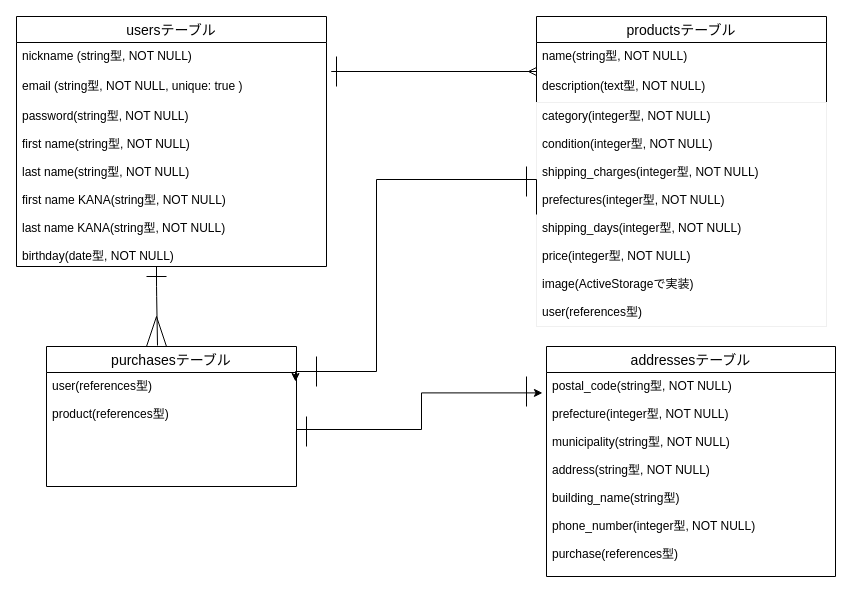
Before: test.dio in akaohiroki/furima-30204, a draw.io diagram. Source tidied: cells renumbered, new cells numbered last; positions are measured from the earlier drawing's top-left corner, leaving out a move shared by most shapes. Both pictures are drawn from the tidied source at 100%, with x=0, y=0 at pixel (16, 16).
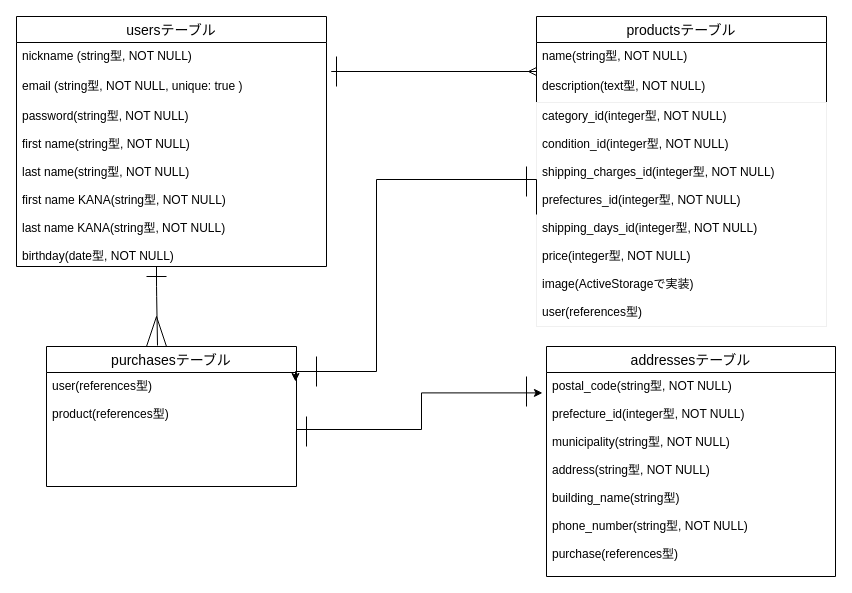
Above is the later version.

Commit message:
README, ER図の作成(修正3 追加)

Unchanged cells that the change refers to:
```xml
<mxCell id="6" value="productsテーブル" style="swimlane;fontStyle=0;horizontal=1;startSize=26;align=center;fontSize=14;" parent="1" vertex="1">
  <mxGeometry x="520" width="290" height="310" as="geometry" />
</mxCell>
<mxCell id="12" value="addressesテーブル" style="swimlane;fontStyle=0;horizontal=1;startSize=26;align=center;fontSize=14;" parent="1" vertex="1">
  <mxGeometry x="530" y="330" width="289" height="230" as="geometry" />
</mxCell>
```

What changed in the source:
```diff
@@
-    <mxCell id="9" value="category(integer型, NOT NULL)&#10;&#10;condition(integer型, NOT NULL)&#10;&#10;shipping_charges(integer型, NOT NULL)&#10;&#10;prefectures(integer型, NOT NULL)&#10;&#10;shipping_days(integer型, NOT NULL)&#10;&#10;price(integer型, NOT NULL)&#10;&#10;image(ActiveStorageで実装)&#10;&#10;user(references型)&#10;" style="text;fillColor=none;spacingLeft=4;spacingRight=4;overflow=hidden;points=[[0,0.5],[1,0.5]];portConstraint=eastwest;fontSize=12;strokeColor=#f0f0f0;" parent="6" vertex="1">
+    <mxCell id="9" value="category_id(integer型, NOT NULL)&#10;&#10;condition_id(integer型, NOT NULL)&#10;&#10;shipping_charges_id(integer型, NOT NULL)&#10;&#10;prefectures_id(integer型, NOT NULL)&#10;&#10;shipping_days_id(integer型, NOT NULL)&#10;&#10;price(integer型, NOT NULL)&#10;&#10;image(ActiveStorageで実装)&#10;&#10;user(references型)&#10;" style="text;fillColor=none;spacingLeft=4;spacingRight=4;overflow=hidden;points=[[0,0.5],[1,0.5]];portConstraint=eastwest;fontSize=12;strokeColor=#f0f0f0;" parent="6" vertex="1">
       <mxGeometry y="86" width="290" height="224" as="geometry" />
     </mxCell>
@@
-    <mxCell id="13" value="postal_code(string型, NOT NULL)&#10;&#10;prefecture(integer型, NOT NULL)&#10;&#10;municipality(string型, NOT NULL)&#10;&#10;address(string型, NOT NULL)&#10;&#10;building_name(string型)&#10;&#10;phone_number(integer型, NOT NULL)&#10;&#10;purchase(references型)&#10;" style="text;strokeColor=none;fillColor=none;spacingLeft=4;spacingRight=4;overflow=hidden;points=[[0,0.5],[1,0.5]];portConstraint=eastwest;fontSize=12;" parent="12" vertex="1">
+    <mxCell id="13" value="postal_code(string型, NOT NULL)&#10;&#10;prefecture_id(integer型, NOT NULL)&#10;&#10;municipality(string型, NOT NULL)&#10;&#10;address(string型, NOT NULL)&#10;&#10;building_name(string型)&#10;&#10;phone_number(string型, NOT NULL)&#10;&#10;purchase(references型)&#10;" style="text;strokeColor=none;fillColor=none;spacingLeft=4;spacingRight=4;overflow=hidden;points=[[0,0.5],[1,0.5]];portConstraint=eastwest;fontSize=12;" parent="12" vertex="1">
       <mxGeometry y="26" width="289" height="204" as="geometry" />
     </mxCell>
```
